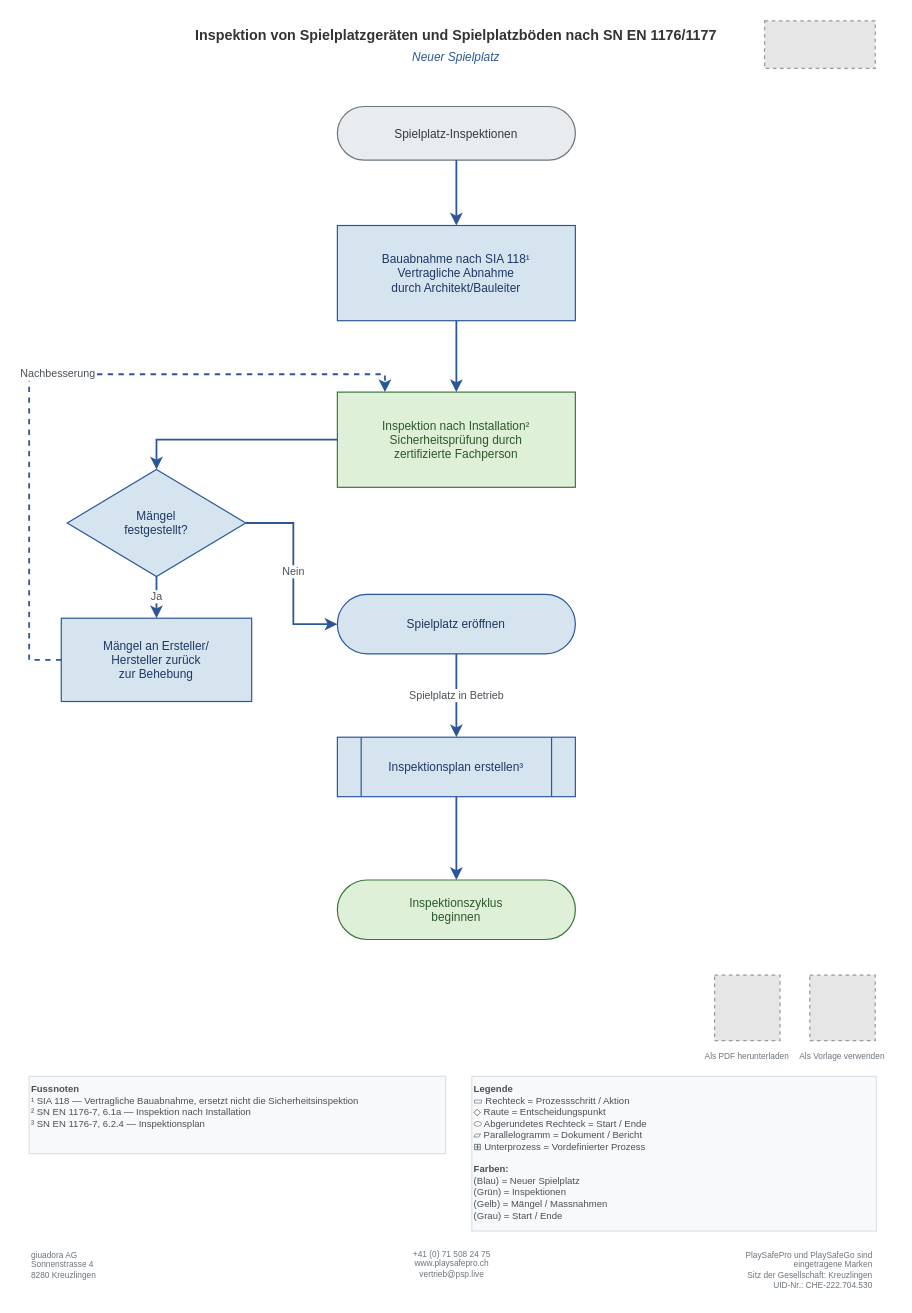
giuadora/ch.playsafepro.flowcharts keeps this draw.io diagram as Inspektion-von-Spielplatzgeraeten-und-Spielplatzboeden/Neuer-Spielplatz.drawio. Above is the earlier version. Source tidied: cells renumbered, new cells numbered last; positions are measured from the earlier drawing's top-left corner, leaving out a move shared by most shapes. Both pictures are drawn from the tidied source at 119%, with x=0, y=0 at pixel (29, 20). Pictures stored in the file or linked from it are replaced by grey dashed boxes.
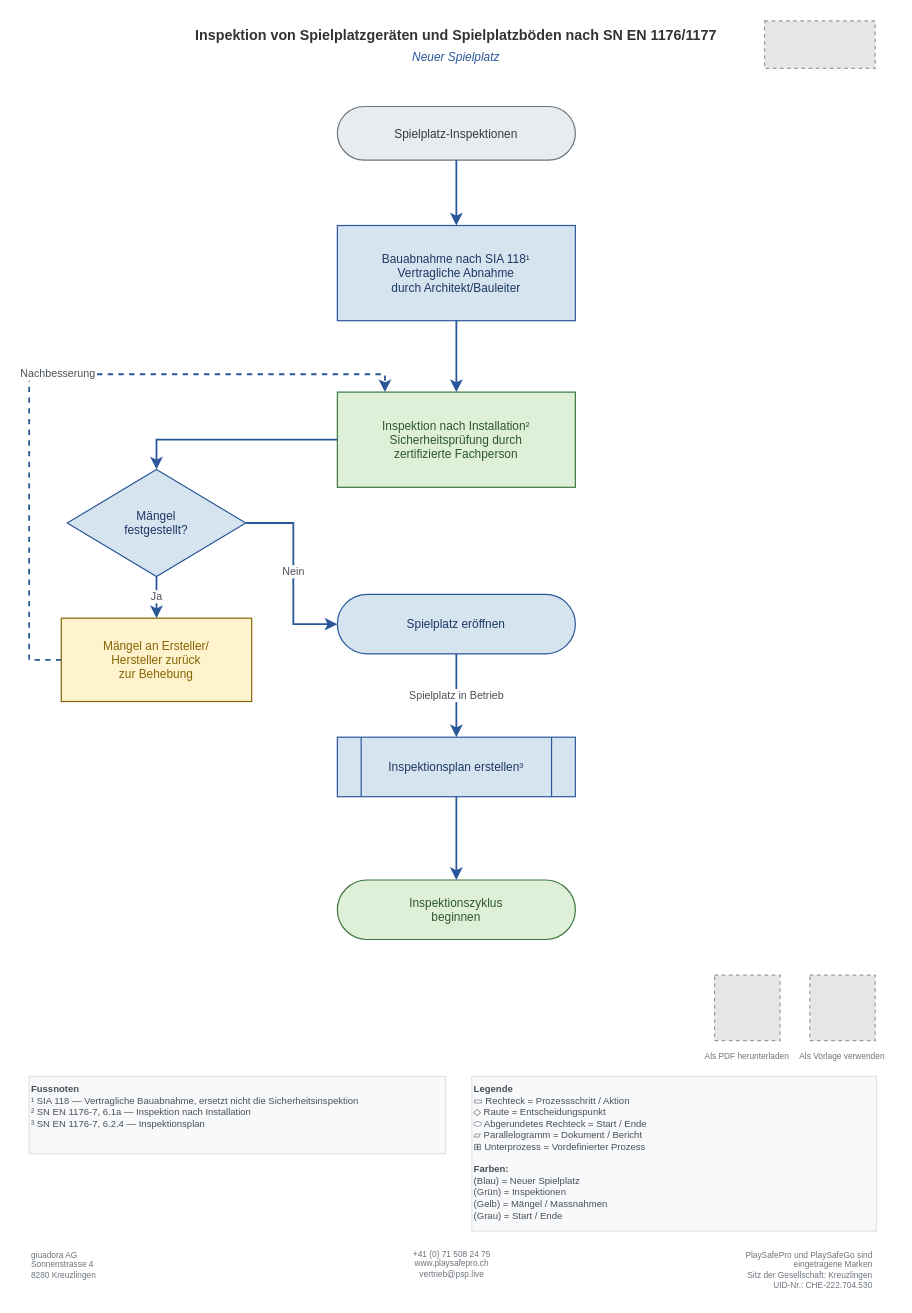
The same page after the edit.

Commit message:
fix(09): change FC1 N03 defect node from blue to yellow

N03 'Mängel an Ersteller/Hersteller zurück zur Behebung' is a
defect-handling node — uses yellow (#FFF3CD/#856404) per color scheme.

Diff of the diagram source:
```diff
@@
-    <mxCell id="12" value="Mängel an Ersteller/&lt;br&gt;Hersteller zurück&lt;br&gt;zur Behebung" style="rounded=0;whiteSpace=wrap;html=1;fillColor=#D6E4F0;strokeColor=#2B579A;fontColor=#1F3864;fontSize=10;fontFamily=Helvetica;align=center;" parent="1" vertex="1">
+    <mxCell id="12" value="Mängel an Ersteller/&lt;br&gt;Hersteller zurück&lt;br&gt;zur Behebung" style="rounded=0;whiteSpace=wrap;html=1;fillColor=#FFF3CD;strokeColor=#856404;fontColor=#856404;fontSize=10;fontFamily=Helvetica;align=center;" parent="1" vertex="1">
       <mxGeometry x="27" y="502" width="160" height="70" as="geometry" />
     </mxCell>
```
